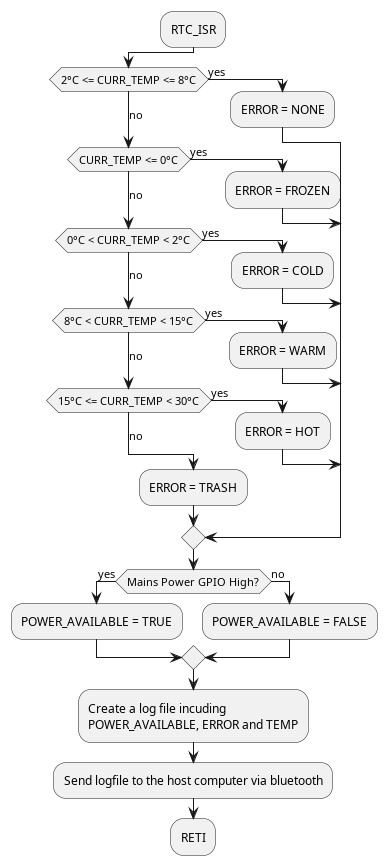
Earlier version of the PlantUML export Final Project Report/Modular Design/Main-Unit/Figures/main-unit-rtc-isr.png (fabiomatos999/ICOM-4217-Project). The source it was exported from:
```plantuml
@startuml
!pragma useVerticalIf on
:RTC_ISR;
if (2°C <= CURR_TEMP <= 8°C) then (yes)
    :ERROR = NONE;
    (no) elseif (CURR_TEMP <= 0°C) then (yes)
    :ERROR = FROZEN;
    (no) elseif (0°C < CURR_TEMP < 2°C) then (yes)
    :ERROR = COLD;
    (no) elseif (8°C < CURR_TEMP < 15°C) then (yes)
    :ERROR = WARM;
    (no) elseif (15°C <= CURR_TEMP < 30°C) then (yes)
    :ERROR = HOT;
    else (no)
        :ERROR = TRASH;
    endif
if (Mains Power GPIO High?) then (yes)
        :POWER_AVAILABLE = TRUE;
        else (no)
        :POWER_AVAILABLE = FALSE;
    endif
:Create a log file incuding\nPOWER_AVAILABLE, ERROR and TEMP;
:Send logfile to the host computer via bluetooth;
:RETI;
@enduml
```
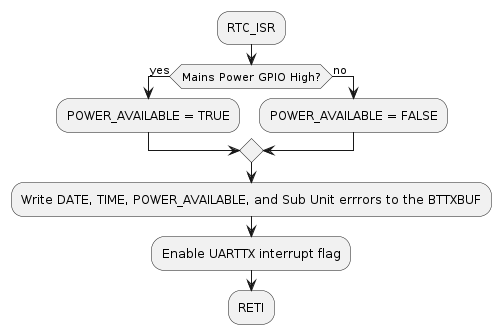
After the change.

Commit message:
Fixing main unit flowcharts

Change to the diagram source:
```diff
@@ -1,25 +1,12 @@
 @startuml
 !pragma useVerticalIf on
 :RTC_ISR;
-if (2°C <= CURR_TEMP <= 8°C) then (yes)
-    :ERROR = NONE;
-    (no) elseif (CURR_TEMP <= 0°C) then (yes)
-    :ERROR = FROZEN;
-    (no) elseif (0°C < CURR_TEMP < 2°C) then (yes)
-    :ERROR = COLD;
-    (no) elseif (8°C < CURR_TEMP < 15°C) then (yes)
-    :ERROR = WARM;
-    (no) elseif (15°C <= CURR_TEMP < 30°C) then (yes)
-    :ERROR = HOT;
-    else (no)
-        :ERROR = TRASH;
-    endif
 if (Mains Power GPIO High?) then (yes)
         :POWER_AVAILABLE = TRUE;
         else (no)
         :POWER_AVAILABLE = FALSE;
     endif
-:Create a log file incuding\nPOWER_AVAILABLE, ERROR and TEMP;
-:Send logfile to the host computer via bluetooth;
+:Write DATE, TIME, POWER_AVAILABLE, and Sub Unit errrors to the BTTXBUF;
+:Enable UARTTX interrupt flag;
 :RETI;
 @enduml
```
